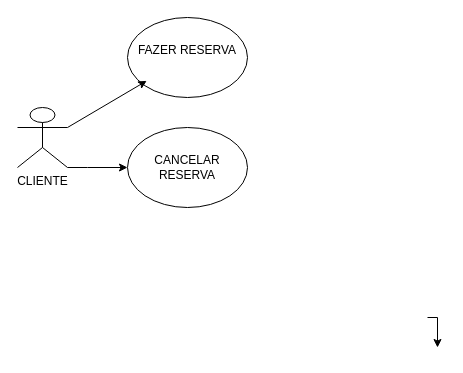
This is page "01" (1 of 3) of Diagrama sem nome.drawio from alvgabs/diagramasderequisitos, a draw.io file, before an edit. Source tidied: cells renumbered, new cells numbered last; positions are measured from the earlier drawing's top-left corner, leaving out a move shared by most shapes. Both pictures are drawn from the tidied source at 100%, with x=0, y=0 at pixel (17, 17).
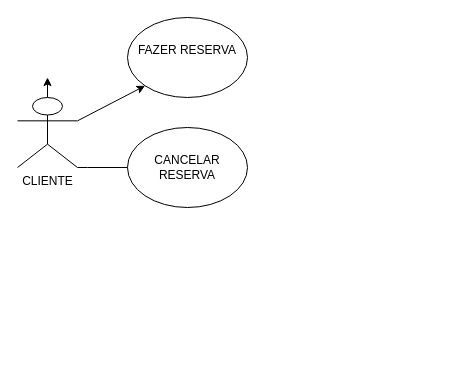
Above is the later version.

Change to the diagram source:
```diff
@@
 <mxGraphModel>
   <root>
     <mxCell id="0" />
     <mxCell id="1" parent="0" />
-    <mxCell id="2" style="edgeStyle=orthogonalEdgeStyle;rounded=0;jettySize=auto;html=1;exitX=1;exitY=1;exitDx=0;exitDy=0;exitPerimeter=0;" parent="1" edge="1" source="3" target="5">
+    <mxCell id="2" style="edgeStyle=orthogonalEdgeStyle;rounded=0;jettySize=auto;html=1;exitX=1;exitY=1;exitDx=0;exitDy=0;exitPerimeter=0;entryX=0.083;entryY=0.5;entryDx=0;entryDy=0;entryPerimeter=0;" parent="1" edge="1" source="3" target="5">
       <mxGeometry relative="1" as="geometry">
         <Array as="points">
           <mxPoint x="70" y="150" />
           <mxPoint x="70" y="150" />
         </Array>
       </mxGeometry>
     </mxCell>
+    <mxCell id="8" style="edgeStyle=orthogonalEdgeStyle;rounded=0;jettySize=auto;html=1;exitX=0.5;exitY=0;exitDx=0;exitDy=0;exitPerimeter=0;" parent="1" edge="1" source="3">
+      <mxGeometry relative="1" as="geometry">
+        <mxPoint x="30" y="60" as="targetPoint" />
+      </mxGeometry>
+    </mxCell>
     <mxCell id="3" value="CLIENTE" style="shape=umlActor;verticalLabelPosition=bottom;verticalAlign=top;html=1;outlineConnect=0;" parent="1" vertex="1">
-      <mxGeometry y="90" width="50" height="60" as="geometry" />
+      <mxGeometry y="80" width="60" height="70" as="geometry" />
     </mxCell>
     <mxCell id="4" value="FAZER RESERVA&lt;div&gt;&lt;br&gt;&lt;/div&gt;" style="ellipse;whiteSpace=wrap;html=1;" parent="1" vertex="1">
       <mxGeometry x="110" width="120" height="80" as="geometry" />
     </mxCell>
     <mxCell id="5" value="CANCELAR RESERVA" style="ellipse;whiteSpace=wrap;html=1;" parent="1" vertex="1">
       <mxGeometry x="110" y="110" width="120" height="80" as="geometry" />
     </mxCell>
-    <mxCell id="6" style="edgeStyle=orthogonalEdgeStyle;rounded=0;orthogonalLoop=1;jettySize=auto;html=1;exitX=1;exitY=0;exitDx=0;exitDy=0;" parent="1" edge="1">
-      <mxGeometry relative="1" as="geometry">
-        <mxPoint x="410" y="300" as="sourcePoint" />
-        <mxPoint x="420" y="330" as="targetPoint" />
-      </mxGeometry>
-    </mxCell>
-    <mxCell id="7" style="endArrow=classic;html=1;rounded=0;exitX=1;exitY=0.3333333333333333;exitDx=0;exitDy=0;exitPerimeter=0;entryX=0.16;entryY=0.792;entryDx=0;entryDy=0;entryPerimeter=0;" parent="1" edge="1" source="3" target="4">
+    <mxCell id="7" style="endArrow=classic;html=1;rounded=0;exitX=1;exitY=0.3333333333333333;exitDx=0;exitDy=0;exitPerimeter=0;entryX=0;entryY=1;entryDx=0;entryDy=0;" parent="1" edge="1" source="3" target="4">
       <mxGeometry relative="1" as="geometry" />
     </mxCell>
   </root>
 </mxGraphModel>
```
